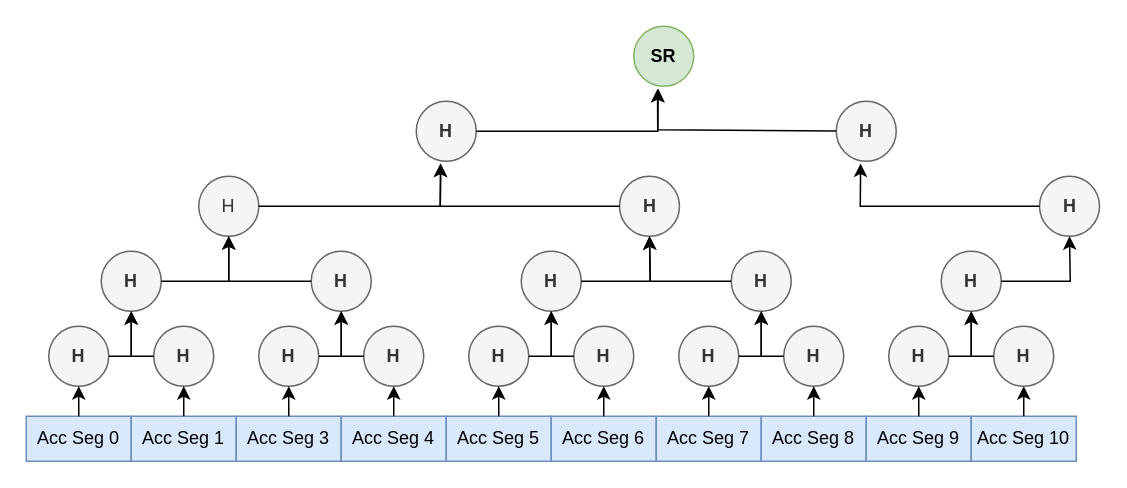
Earlier version of the draw.io diagram PIP/resources/PIP-0030/SafeBoxRoot-Diagram.drawio.xml (PascalCoinDev/PascalCoin). Source tidied: cells renumbered, new cells numbered last; positions are measured from the earlier drawing's top-left corner, leaving out a move shared by most shapes. Both pictures are drawn from the tidied source at 150%, with x=0, y=0 at pixel (26, 26).
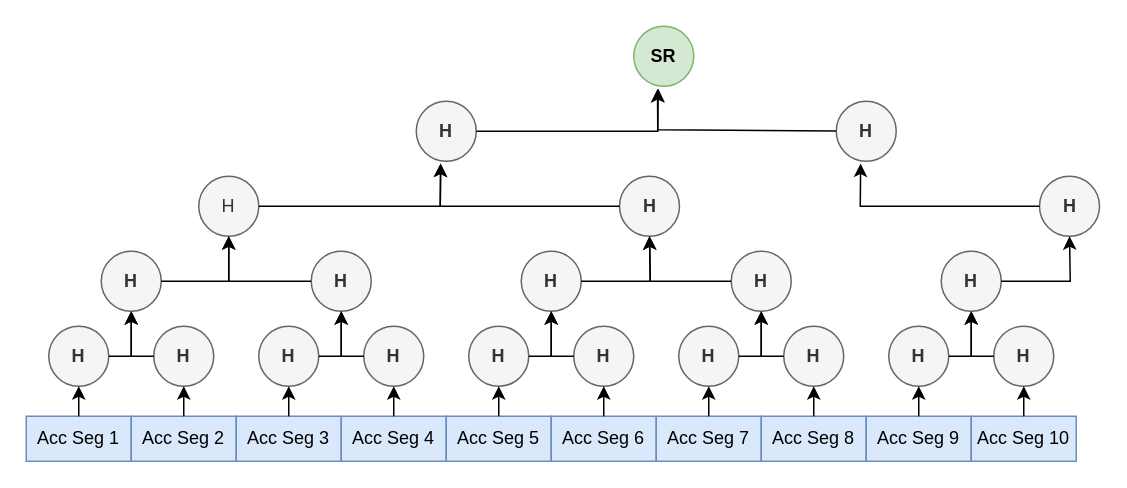
After the change.

The edit, as a diff of the source:
```diff
@@
-    <mxCell id="2" value="Acc Seg 0" style="rounded=0;whiteSpace=wrap;html=1;fillColor=#dae8fc;strokeColor=#6c8ebf;" parent="1" vertex="1">
+    <mxCell id="2" value="Acc Seg 1&lt;br&gt;" style="rounded=0;whiteSpace=wrap;html=1;fillColor=#dae8fc;strokeColor=#6c8ebf;" parent="1" vertex="1">
       <mxGeometry y="260" width="70" height="30" as="geometry" />
     </mxCell>
-    <mxCell id="3" value="Acc Seg 1" style="rounded=0;whiteSpace=wrap;html=1;fillColor=#dae8fc;strokeColor=#6c8ebf;" parent="1" vertex="1">
+    <mxCell id="3" value="Acc Seg 2" style="rounded=0;whiteSpace=wrap;html=1;fillColor=#dae8fc;strokeColor=#6c8ebf;" parent="1" vertex="1">
       <mxGeometry x="70" y="260" width="70" height="30" as="geometry" />
     </mxCell>
```
